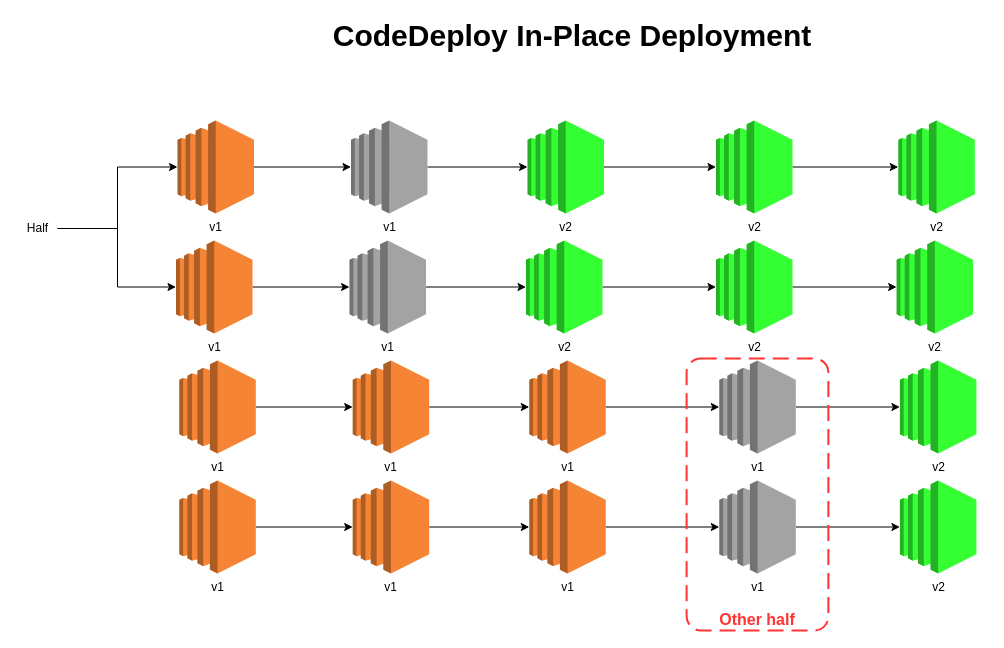
The draw.io diagram Diagrams/Developer Tools/AwsCodeDeployInPlaceDeployment.drawio in jeftegoes/AwsOverview, before the edit. Source tidied: cells renumbered, new cells numbered last; positions are measured from the earlier drawing's top-left corner, leaving out a move shared by most shapes. Both pictures are drawn from the tidied source at 100%, with x=0, y=0 at pixel (17, 20).
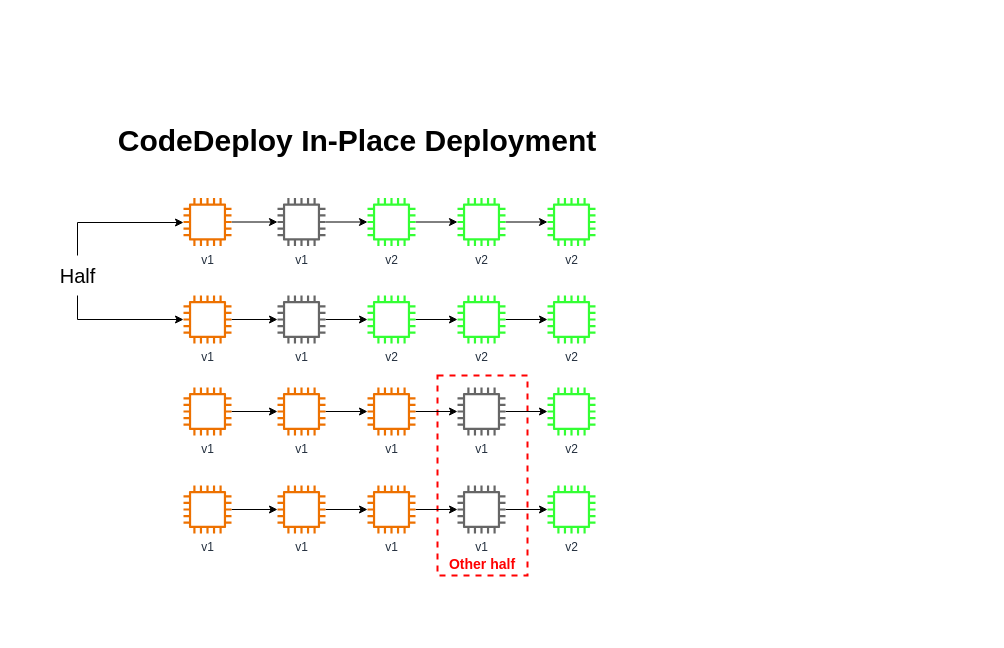
The same page after the edit.

Diff of the diagram source:
```diff
@@
+    <mxCell id="42" value="Other half" style="fillColor=none;strokeColor=#FF0000;dashed=1;verticalAlign=bottom;fontStyle=1;fontColor=#FF0000;whiteSpace=wrap;html=1;strokeWidth=2;fontSize=14;" parent="1" vertex="1">
+      <mxGeometry x="420" y="355" width="90" height="200" as="geometry" />
+    </mxCell>
-    <mxCell id="2" style="edgeStyle=orthogonalEdgeStyle;rounded=0;jettySize=auto;html=1;entryX=0;entryY=0.5;entryDx=0;entryDy=0;entryPerimeter=0;" parent="1" edge="1" source="3" target="5">
+    <mxCell id="2" style="edgeStyle=orthogonalEdgeStyle;rounded=0;jettySize=auto;html=1;" parent="1" edge="1" source="45" target="53">
       <mxGeometry relative="1" as="geometry" />
     </mxCell>
-    <mxCell id="3" value="v1" style="outlineConnect=0;dashed=0;verticalLabelPosition=bottom;verticalAlign=top;align=center;html=1;shape=mxgraph.aws3.ec2;fillColor=#F58534;gradientColor=none;" parent="1" vertex="1">
-      <mxGeometry x="160" y="100" width="76.5" height="93" as="geometry" />
-    </mxCell>
-    <mxCell id="4" style="edgeStyle=orthogonalEdgeStyle;rounded=0;jettySize=auto;html=1;" parent="1" edge="1" source="5" target="7">
+    <mxCell id="4" style="edgeStyle=orthogonalEdgeStyle;rounded=0;jettySize=auto;html=1;" parent="1" edge="1" source="53" target="58">
       <mxGeometry relative="1" as="geometry" />
     </mxCell>
-    <mxCell id="5" value="v1" style="outlineConnect=0;dashed=0;verticalLabelPosition=bottom;verticalAlign=top;align=center;html=1;shape=mxgraph.aws3.ec2;fillColor=#a3a3a3;gradientColor=none;" parent="1" vertex="1">
-      <mxGeometry x="333.5" y="100" width="76.5" height="93" as="geometry" />
-    </mxCell>
-    <mxCell id="6" style="edgeStyle=orthogonalEdgeStyle;rounded=0;jettySize=auto;html=1;entryX=0;entryY=0.5;entryDx=0;entryDy=0;entryPerimeter=0;" parent="1" edge="1" source="7" target="31">
+    <mxCell id="6" style="edgeStyle=orthogonalEdgeStyle;rounded=0;jettySize=auto;html=1;" parent="1" edge="1" source="58" target="60">
       <mxGeometry relative="1" as="geometry" />
     </mxCell>
-    <mxCell id="7" value="v2" style="outlineConnect=0;dashed=0;verticalLabelPosition=bottom;verticalAlign=top;align=center;html=1;shape=mxgraph.aws3.ec2;fillColor=#33FF33;gradientColor=none;" parent="1" vertex="1">
-      <mxGeometry x="510" y="100" width="76.5" height="93" as="geometry" />
-    </mxCell>
-    <mxCell id="8" style="edgeStyle=orthogonalEdgeStyle;rounded=0;jettySize=auto;html=1;entryX=0;entryY=0.5;entryDx=0;entryDy=0;entryPerimeter=0;" parent="1" edge="1" source="9" target="11">
+    <mxCell id="8" style="edgeStyle=orthogonalEdgeStyle;rounded=0;jettySize=auto;html=1;" parent="1" edge="1" source="46" target="55">
       <mxGeometry relative="1" as="geometry" />
     </mxCell>
-    <mxCell id="9" value="v1" style="outlineConnect=0;dashed=0;verticalLabelPosition=bottom;verticalAlign=top;align=center;html=1;shape=mxgraph.aws3.ec2;fillColor=#F58534;gradientColor=none;" parent="1" vertex="1">
-      <mxGeometry x="158.5" y="220" width="76.5" height="93" as="geometry" />
-    </mxCell>
-    <mxCell id="10" style="edgeStyle=orthogonalEdgeStyle;rounded=0;jettySize=auto;html=1;" parent="1" edge="1" source="11" target="13">
-      <mxGeometry relative="1" as="geometry" />
-    </mxCell>
-    <mxCell id="11" value="v1" style="outlineConnect=0;dashed=0;verticalLabelPosition=bottom;verticalAlign=top;align=center;html=1;shape=mxgraph.aws3.ec2;fillColor=#a3a3a3;gradientColor=none;" parent="1" vertex="1">
-      <mxGeometry x="332" y="220" width="76.5" height="93" as="geometry" />
-    </mxCell>
-    <mxCell id="12" style="edgeStyle=orthogonalEdgeStyle;rounded=0;jettySize=auto;html=1;" parent="1" edge="1" source="13" target="33">
+    <mxCell id="12" style="edgeStyle=orthogonalEdgeStyle;rounded=0;jettySize=auto;html=1;" parent="1" edge="1" source="59" target="65">
       <mxGeometry relative="1" as="geometry" />
     </mxCell>
-    <mxCell id="13" value="v2" style="outlineConnect=0;dashed=0;verticalLabelPosition=bottom;verticalAlign=top;align=center;html=1;shape=mxgraph.aws3.ec2;fillColor=#33FF33;gradientColor=none;" parent="1" vertex="1">
-      <mxGeometry x="508.5" y="220" width="76.5" height="93" as="geometry" />
-    </mxCell>
-    <mxCell id="14" style="edgeStyle=orthogonalEdgeStyle;rounded=0;jettySize=auto;html=1;entryX=0;entryY=0.5;entryDx=0;entryDy=0;entryPerimeter=0;" parent="1" edge="1" source="15" target="17">
+    <mxCell id="14" style="edgeStyle=orthogonalEdgeStyle;rounded=0;jettySize=auto;html=1;" parent="1" edge="1" source="47" target="49">
       <mxGeometry relative="1" as="geometry" />
     </mxCell>
-    <mxCell id="15" value="v1" style="outlineConnect=0;dashed=0;verticalLabelPosition=bottom;verticalAlign=top;align=center;html=1;shape=mxgraph.aws3.ec2;fillColor=#F58534;gradientColor=none;" parent="1" vertex="1">
-      <mxGeometry x="161.8" y="340" width="76.5" height="93" as="geometry" />
-    </mxCell>
-    <mxCell id="16" style="edgeStyle=orthogonalEdgeStyle;rounded=0;jettySize=auto;html=1;" parent="1" edge="1" source="17" target="19">
+    <mxCell id="16" style="edgeStyle=orthogonalEdgeStyle;rounded=0;jettySize=auto;html=1;" parent="1" edge="1" source="49" target="51">
       <mxGeometry relative="1" as="geometry" />
     </mxCell>
-    <mxCell id="17" value="v1" style="outlineConnect=0;dashed=0;verticalLabelPosition=bottom;verticalAlign=top;align=center;html=1;shape=mxgraph.aws3.ec2;fillColor=#F58534;gradientColor=none;" parent="1" vertex="1">
-      <mxGeometry x="335.2" y="340" width="76.5" height="93" as="geometry" />
-    </mxCell>
-    <mxCell id="18" style="edgeStyle=orthogonalEdgeStyle;rounded=0;jettySize=auto;html=1;entryX=0;entryY=0.5;entryDx=0;entryDy=0;entryPerimeter=0;" parent="1" edge="1" source="19" target="35">
+    <mxCell id="18" style="edgeStyle=orthogonalEdgeStyle;rounded=0;jettySize=auto;html=1;" parent="1" edge="1" source="51" target="56">
       <mxGeometry relative="1" as="geometry" />
     </mxCell>
-    <mxCell id="19" value="v1" style="outlineConnect=0;dashed=0;verticalLabelPosition=bottom;verticalAlign=top;align=center;html=1;shape=mxgraph.aws3.ec2;fillColor=#F58534;gradientColor=none;" parent="1" vertex="1">
-      <mxGeometry x="511.8" y="340" width="76.5" height="93" as="geometry" />
-    </mxCell>
-    <mxCell id="20" style="edgeStyle=orthogonalEdgeStyle;rounded=0;jettySize=auto;html=1;entryX=0;entryY=0.5;entryDx=0;entryDy=0;entryPerimeter=0;" parent="1" edge="1" source="21" target="23">
+    <mxCell id="20" style="edgeStyle=orthogonalEdgeStyle;rounded=0;jettySize=auto;html=1;" parent="1" edge="1" source="48" target="50">
       <mxGeometry relative="1" as="geometry" />
     </mxCell>
-    <mxCell id="21" value="v1" style="outlineConnect=0;dashed=0;verticalLabelPosition=bottom;verticalAlign=top;align=center;html=1;shape=mxgraph.aws3.ec2;fillColor=#F58534;gradientColor=none;" parent="1" vertex="1">
-      <mxGeometry x="161.8" y="460" width="76.5" height="93" as="geometry" />
-    </mxCell>
-    <mxCell id="22" style="edgeStyle=orthogonalEdgeStyle;rounded=0;jettySize=auto;html=1;" parent="1" edge="1" source="23" target="25">
+    <mxCell id="22" style="edgeStyle=orthogonalEdgeStyle;rounded=0;jettySize=auto;html=1;" parent="1" edge="1" source="50" target="52">
       <mxGeometry relative="1" as="geometry" />
     </mxCell>
-    <mxCell id="23" value="v1" style="outlineConnect=0;dashed=0;verticalLabelPosition=bottom;verticalAlign=top;align=center;html=1;shape=mxgraph.aws3.ec2;fillColor=#f58534;gradientColor=none;" parent="1" vertex="1">
-      <mxGeometry x="335.2" y="460" width="76.5" height="93" as="geometry" />
-    </mxCell>
-    <mxCell id="24" style="edgeStyle=orthogonalEdgeStyle;rounded=0;jettySize=auto;html=1;entryX=0;entryY=0.5;entryDx=0;entryDy=0;entryPerimeter=0;" parent="1" edge="1" source="25" target="37">
+    <mxCell id="24" style="edgeStyle=orthogonalEdgeStyle;rounded=0;jettySize=auto;html=1;" parent="1" edge="1" source="52" target="57">
       <mxGeometry relative="1" as="geometry" />
     </mxCell>
-    <mxCell id="25" value="v1" style="outlineConnect=0;dashed=0;verticalLabelPosition=bottom;verticalAlign=top;align=center;html=1;shape=mxgraph.aws3.ec2;fillColor=#f58534;gradientColor=none;" parent="1" vertex="1">
-      <mxGeometry x="511.8" y="460" width="76.5" height="93" as="geometry" />
-    </mxCell>
     <mxCell id="26" value="CodeDeploy&amp;nbsp;In-Place Deployment" style="text;html=1;strokeColor=none;fillColor=none;align=center;verticalAlign=middle;whiteSpace=wrap;rounded=0;fontSize=30;fontStyle=1;" parent="1" vertex="1">
-      <mxGeometry x="140" width="830" height="30" as="geometry" />
+      <mxGeometry x="40" y="105" width="600" height="30" as="geometry" />
     </mxCell>
-    <mxCell id="27" style="edgeStyle=orthogonalEdgeStyle;rounded=0;jettySize=auto;html=1;entryX=0;entryY=0.5;entryDx=0;entryDy=0;entryPerimeter=0;" parent="1" edge="1" source="29" target="3">
-      <mxGeometry relative="1" as="geometry">
-        <Array as="points">
-          <mxPoint x="100" y="208" />
-          <mxPoint x="100" y="147" />
-        </Array>
-      </mxGeometry>
-    </mxCell>
-    <mxCell id="28" style="edgeStyle=orthogonalEdgeStyle;rounded=0;jettySize=auto;html=1;entryX=0;entryY=0.5;entryDx=0;entryDy=0;entryPerimeter=0;" parent="1" edge="1" source="29" target="9">
-      <mxGeometry relative="1" as="geometry">
-        <Array as="points">
-          <mxPoint x="100" y="208" />
-          <mxPoint x="100" y="267" />
-        </Array>
-      </mxGeometry>
-    </mxCell>
+    <mxCell id="43" style="edgeStyle=orthogonalEdgeStyle;rounded=0;jettySize=auto;html=1;" parent="1" edge="1" source="29" target="45">
+      <mxGeometry relative="1" as="geometry">
+        <Array as="points">
+          <mxPoint x="60" y="202" />
+        </Array>
+      </mxGeometry>
+    </mxCell>
+    <mxCell id="44" style="edgeStyle=orthogonalEdgeStyle;rounded=0;jettySize=auto;html=1;" parent="1" edge="1" source="29" target="46">
+      <mxGeometry relative="1" as="geometry">
+        <Array as="points">
+          <mxPoint x="60" y="299" />
+        </Array>
+      </mxGeometry>
+    </mxCell>
-    <mxCell id="29" value="Half" style="text;html=1;align=center;verticalAlign=middle;points=[];strokeColor=none;fillColor=none;" parent="1" vertex="1">
-      <mxGeometry y="193" width="40" height="30" as="geometry" />
+    <mxCell id="29" value="Half" style="text;html=1;align=center;verticalAlign=middle;points=[];strokeColor=none;fillColor=none;fontSize=20;" parent="1" vertex="1">
+      <mxGeometry x="30" y="235" width="60" height="40" as="geometry" />
     </mxCell>
-    <mxCell id="30" style="edgeStyle=orthogonalEdgeStyle;rounded=0;jettySize=auto;html=1;entryX=0;entryY=0.5;entryDx=0;entryDy=0;entryPerimeter=0;" parent="1" edge="1" source="31" target="38">
+    <mxCell id="30" style="edgeStyle=orthogonalEdgeStyle;rounded=0;jettySize=auto;html=1;" parent="1" edge="1" source="60" target="61">
       <mxGeometry relative="1" as="geometry" />
     </mxCell>
-    <mxCell id="31" value="v2" style="outlineConnect=0;dashed=0;verticalLabelPosition=bottom;verticalAlign=top;align=center;html=1;shape=mxgraph.aws3.ec2;fillColor=#33FF33;gradientColor=none;" parent="1" vertex="1">
-      <mxGeometry x="698.5" y="100" width="76.5" height="93" as="geometry" />
-    </mxCell>
-    <mxCell id="32" style="edgeStyle=orthogonalEdgeStyle;rounded=0;jettySize=auto;html=1;entryX=0;entryY=0.5;entryDx=0;entryDy=0;entryPerimeter=0;" parent="1" edge="1" source="33" target="39">
+    <mxCell id="32" style="edgeStyle=orthogonalEdgeStyle;rounded=0;jettySize=auto;html=1;" parent="1" edge="1" source="65" target="62">
       <mxGeometry relative="1" as="geometry" />
     </mxCell>
-    <mxCell id="33" value="v2" style="outlineConnect=0;dashed=0;verticalLabelPosition=bottom;verticalAlign=top;align=center;html=1;shape=mxgraph.aws3.ec2;fillColor=#33FF33;gradientColor=none;" parent="1" vertex="1">
-      <mxGeometry x="698.5" y="220" width="76.5" height="93" as="geometry" />
-    </mxCell>
-    <mxCell id="34" style="edgeStyle=orthogonalEdgeStyle;rounded=0;jettySize=auto;html=1;entryX=0;entryY=0.5;entryDx=0;entryDy=0;entryPerimeter=0;" parent="1" edge="1" source="35" target="40">
+    <mxCell id="34" style="edgeStyle=orthogonalEdgeStyle;rounded=0;jettySize=auto;html=1;" parent="1" edge="1" source="56" target="63">
       <mxGeometry relative="1" as="geometry" />
     </mxCell>
-    <mxCell id="35" value="v1" style="outlineConnect=0;dashed=0;verticalLabelPosition=bottom;verticalAlign=top;align=center;html=1;shape=mxgraph.aws3.ec2;fillColor=#A3A3A3;gradientColor=none;" parent="1" vertex="1">
-      <mxGeometry x="701.8" y="340" width="76.5" height="93" as="geometry" />
-    </mxCell>
-    <mxCell id="36" style="edgeStyle=orthogonalEdgeStyle;rounded=0;jettySize=auto;html=1;entryX=0;entryY=0.5;entryDx=0;entryDy=0;entryPerimeter=0;" parent="1" edge="1" source="37" target="41">
+    <mxCell id="36" style="edgeStyle=orthogonalEdgeStyle;rounded=0;jettySize=auto;html=1;" parent="1" edge="1" source="57" target="64">
       <mxGeometry relative="1" as="geometry" />
     </mxCell>
-    <mxCell id="37" value="v1" style="outlineConnect=0;dashed=0;verticalLabelPosition=bottom;verticalAlign=top;align=center;html=1;shape=mxgraph.aws3.ec2;fillColor=#a3a3a3;gradientColor=none;" parent="1" vertex="1">
-      <mxGeometry x="701.8" y="460" width="76.5" height="93" as="geometry" />
-    </mxCell>
-    <mxCell id="38" value="v2" style="outlineConnect=0;dashed=0;verticalLabelPosition=bottom;verticalAlign=top;align=center;html=1;shape=mxgraph.aws3.ec2;fillColor=#33FF33;gradientColor=none;" parent="1" vertex="1">
-      <mxGeometry x="880.8" y="100" width="76.5" height="93" as="geometry" />
-    </mxCell>
-    <mxCell id="39" value="v2" style="outlineConnect=0;dashed=0;verticalLabelPosition=bottom;verticalAlign=top;align=center;html=1;shape=mxgraph.aws3.ec2;fillColor=#33FF33;gradientColor=none;" parent="1" vertex="1">
-      <mxGeometry x="879.1" y="220" width="76.5" height="93" as="geometry" />
-    </mxCell>
-    <mxCell id="40" value="v2" style="outlineConnect=0;dashed=0;verticalLabelPosition=bottom;verticalAlign=top;align=center;html=1;shape=mxgraph.aws3.ec2;fillColor=#33ff33;gradientColor=none;" parent="1" vertex="1">
-      <mxGeometry x="882.4" y="340" width="76.5" height="93" as="geometry" />
-    </mxCell>
-    <mxCell id="41" value="v2" style="outlineConnect=0;dashed=0;verticalLabelPosition=bottom;verticalAlign=top;align=center;html=1;shape=mxgraph.aws3.ec2;fillColor=#33ff33;gradientColor=none;" parent="1" vertex="1">
-      <mxGeometry x="882.4" y="460" width="76.5" height="93" as="geometry" />
-    </mxCell>
-    <mxCell id="42" value="Other half" style="rounded=1;arcSize=10;dashed=1;strokeColor=#FF3333;fillColor=none;gradientColor=none;dashPattern=8 4;strokeWidth=2;verticalAlign=bottom;fontStyle=1;fontSize=16;fontColor=#FF3333;" parent="1" vertex="1">
-      <mxGeometry x="669.1" y="338" width="141.8" height="272" as="geometry" />
-    </mxCell>
+    <mxCell id="45" value="v1" style="sketch=0;outlineConnect=0;fontColor=#232F3E;gradientColor=none;fillColor=#ED7100;strokeColor=none;dashed=0;verticalLabelPosition=bottom;verticalAlign=top;align=center;html=1;fontSize=12;fontStyle=0;shape=mxgraph.aws4.instance2;" parent="1" vertex="1">
+      <mxGeometry x="166" y="177.5" width="48" height="48" as="geometry" />
+    </mxCell>
+    <mxCell id="46" value="v1" style="sketch=0;outlineConnect=0;fontColor=#232F3E;gradientColor=none;fillColor=#ED7100;strokeColor=none;dashed=0;verticalLabelPosition=bottom;verticalAlign=top;align=center;html=1;fontSize=12;fontStyle=0;shape=mxgraph.aws4.instance2;" parent="1" vertex="1">
+      <mxGeometry x="166" y="275" width="48" height="48" as="geometry" />
+    </mxCell>
+    <mxCell id="47" value="v1" style="sketch=0;outlineConnect=0;fontColor=#232F3E;gradientColor=none;fillColor=#ED7100;strokeColor=none;dashed=0;verticalLabelPosition=bottom;verticalAlign=top;align=center;html=1;fontSize=12;fontStyle=0;shape=mxgraph.aws4.instance2;" parent="1" vertex="1">
+      <mxGeometry x="166" y="367" width="48" height="48" as="geometry" />
+    </mxCell>
+    <mxCell id="48" value="v1" style="sketch=0;outlineConnect=0;fontColor=#232F3E;gradientColor=none;fillColor=#ED7100;strokeColor=none;dashed=0;verticalLabelPosition=bottom;verticalAlign=top;align=center;html=1;fontSize=12;fontStyle=0;shape=mxgraph.aws4.instance2;" parent="1" vertex="1">
+      <mxGeometry x="166" y="465" width="48" height="48" as="geometry" />
+    </mxCell>
+    <mxCell id="49" value="v1" style="sketch=0;outlineConnect=0;fontColor=#232F3E;gradientColor=none;fillColor=#ED7100;strokeColor=none;dashed=0;verticalLabelPosition=bottom;verticalAlign=top;align=center;html=1;fontSize=12;fontStyle=0;shape=mxgraph.aws4.instance2;" parent="1" vertex="1">
+      <mxGeometry x="260" y="367" width="48" height="48" as="geometry" />
+    </mxCell>
+    <mxCell id="50" value="v1" style="sketch=0;outlineConnect=0;fontColor=#232F3E;gradientColor=none;fillColor=#ED7100;strokeColor=none;dashed=0;verticalLabelPosition=bottom;verticalAlign=top;align=center;html=1;fontSize=12;fontStyle=0;shape=mxgraph.aws4.instance2;" parent="1" vertex="1">
+      <mxGeometry x="260" y="465" width="48" height="48" as="geometry" />
+    </mxCell>
+    <mxCell id="51" value="v1" style="sketch=0;outlineConnect=0;fontColor=#232F3E;gradientColor=none;fillColor=#ED7100;strokeColor=none;dashed=0;verticalLabelPosition=bottom;verticalAlign=top;align=center;html=1;fontSize=12;fontStyle=0;shape=mxgraph.aws4.instance2;" parent="1" vertex="1">
+      <mxGeometry x="350" y="367" width="48" height="48" as="geometry" />
+    </mxCell>
+    <mxCell id="52" value="v1" style="sketch=0;outlineConnect=0;fontColor=#232F3E;gradientColor=none;fillColor=#ED7100;strokeColor=none;dashed=0;verticalLabelPosition=bottom;verticalAlign=top;align=center;html=1;fontSize=12;fontStyle=0;shape=mxgraph.aws4.instance2;" parent="1" vertex="1">
+      <mxGeometry x="350" y="465" width="48" height="48" as="geometry" />
+    </mxCell>
+    <mxCell id="53" value="v1" style="sketch=0;outlineConnect=0;fontColor=#232F3E;gradientColor=none;fillColor=#666666;strokeColor=none;dashed=0;verticalLabelPosition=bottom;verticalAlign=top;align=center;html=1;fontSize=12;fontStyle=0;shape=mxgraph.aws4.instance2;" parent="1" vertex="1">
+      <mxGeometry x="260" y="177.5" width="48" height="48" as="geometry" />
+    </mxCell>
+    <mxCell id="54" style="edgeStyle=orthogonalEdgeStyle;rounded=0;jettySize=auto;html=1;" parent="1" edge="1" source="55" target="59">
+      <mxGeometry relative="1" as="geometry" />
+    </mxCell>
+    <mxCell id="55" value="v1" style="sketch=0;outlineConnect=0;fontColor=#232F3E;gradientColor=none;fillColor=#666666;strokeColor=none;dashed=0;verticalLabelPosition=bottom;verticalAlign=top;align=center;html=1;fontSize=12;fontStyle=0;shape=mxgraph.aws4.instance2;" parent="1" vertex="1">
+      <mxGeometry x="260" y="275" width="48" height="48" as="geometry" />
+    </mxCell>
+    <mxCell id="56" value="v1" style="sketch=0;outlineConnect=0;fontColor=#232F3E;gradientColor=none;fillColor=#666666;strokeColor=none;dashed=0;verticalLabelPosition=bottom;verticalAlign=top;align=center;html=1;fontSize=12;fontStyle=0;shape=mxgraph.aws4.instance2;" parent="1" vertex="1">
+      <mxGeometry x="440" y="367" width="48" height="48" as="geometry" />
+    </mxCell>
+    <mxCell id="57" value="v1" style="sketch=0;outlineConnect=0;fontColor=#232F3E;gradientColor=none;fillColor=#666666;strokeColor=none;dashed=0;verticalLabelPosition=bottom;verticalAlign=top;align=center;html=1;fontSize=12;fontStyle=0;shape=mxgraph.aws4.instance2;" parent="1" vertex="1">
+      <mxGeometry x="440" y="465" width="48" height="48" as="geometry" />
+    </mxCell>
+    <mxCell id="58" value="v2" style="sketch=0;outlineConnect=0;fontColor=#232F3E;gradientColor=none;fillColor=#33FF33;strokeColor=none;dashed=0;verticalLabelPosition=bottom;verticalAlign=top;align=center;html=1;fontSize=12;fontStyle=0;shape=mxgraph.aws4.instance2;" parent="1" vertex="1">
+      <mxGeometry x="350" y="177.5" width="48" height="48" as="geometry" />
+    </mxCell>
+    <mxCell id="59" value="v2" style="sketch=0;outlineConnect=0;fontColor=#232F3E;gradientColor=none;fillColor=#33FF33;strokeColor=none;dashed=0;verticalLabelPosition=bottom;verticalAlign=top;align=center;html=1;fontSize=12;fontStyle=0;shape=mxgraph.aws4.instance2;" parent="1" vertex="1">
+      <mxGeometry x="350" y="275" width="48" height="48" as="geometry" />
+    </mxCell>
+    <mxCell id="60" value="v2" style="sketch=0;outlineConnect=0;fontColor=#232F3E;gradientColor=none;fillColor=#33FF33;strokeColor=none;dashed=0;verticalLabelPosition=bottom;verticalAlign=top;align=center;html=1;fontSize=12;fontStyle=0;shape=mxgraph.aws4.instance2;" parent="1" vertex="1">
+      <mxGeometry x="440" y="177.5" width="48" height="48" as="geometry" />
+    </mxCell>
+    <mxCell id="61" value="v2" style="sketch=0;outlineConnect=0;fontColor=#232F3E;gradientColor=none;fillColor=#33FF33;strokeColor=none;dashed=0;verticalLabelPosition=bottom;verticalAlign=top;align=center;html=1;fontSize=12;fontStyle=0;shape=mxgraph.aws4.instance2;" parent="1" vertex="1">
+      <mxGeometry x="530" y="177.5" width="48" height="48" as="geometry" />
+    </mxCell>
+    <mxCell id="62" value="v2" style="sketch=0;outlineConnect=0;fontColor=#232F3E;gradientColor=none;fillColor=#33FF33;strokeColor=none;dashed=0;verticalLabelPosition=bottom;verticalAlign=top;align=center;html=1;fontSize=12;fontStyle=0;shape=mxgraph.aws4.instance2;" parent="1" vertex="1">
+      <mxGeometry x="530" y="275" width="48" height="48" as="geometry" />
+    </mxCell>
+    <mxCell id="63" value="v2" style="sketch=0;outlineConnect=0;fontColor=#232F3E;gradientColor=none;fillColor=#33FF33;strokeColor=none;dashed=0;verticalLabelPosition=bottom;verticalAlign=top;align=center;html=1;fontSize=12;fontStyle=0;shape=mxgraph.aws4.instance2;" parent="1" vertex="1">
+      <mxGeometry x="530" y="367" width="48" height="48" as="geometry" />
+    </mxCell>
+    <mxCell id="64" value="v2" style="sketch=0;outlineConnect=0;fontColor=#232F3E;gradientColor=none;fillColor=#33FF33;strokeColor=none;dashed=0;verticalLabelPosition=bottom;verticalAlign=top;align=center;html=1;fontSize=12;fontStyle=0;shape=mxgraph.aws4.instance2;" parent="1" vertex="1">
+      <mxGeometry x="530" y="465" width="48" height="48" as="geometry" />
+    </mxCell>
+    <mxCell id="65" value="v2" style="sketch=0;outlineConnect=0;fontColor=#232F3E;gradientColor=none;fillColor=#33FF33;strokeColor=none;dashed=0;verticalLabelPosition=bottom;verticalAlign=top;align=center;html=1;fontSize=12;fontStyle=0;shape=mxgraph.aws4.instance2;" parent="1" vertex="1">
+      <mxGeometry x="440" y="275" width="48" height="48" as="geometry" />
+    </mxCell>
```
